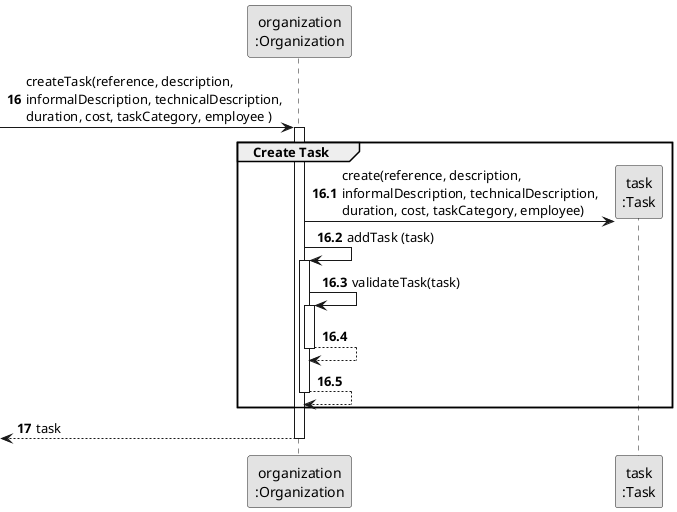
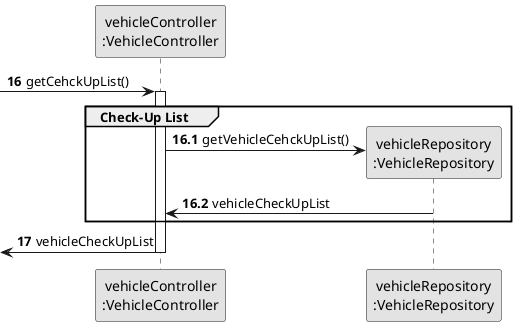
@startuml
skinparam monochrome true
skinparam packageStyle rectangle
skinparam shadowing false

- participant "organization\n:Organization" as ORG
- participant "task\n:Task" as TAREFA
+ participant "vehicleController\n:VehicleController" as VC
+ participant "vehicleRepository\n:VehicleRepository" as VehicleRepository

autonumber 16
- -> ORG: createTask(reference, description,\ninformalDescription, technicalDescription,\nduration, cost, taskCategory, employee )
+ -> VC: getCehckUpList()

autonumber 16.1
- activate ORG
-     group Create Task
+ activate VC
+     group Check-Up List

-         ORG -> TAREFA**: create(reference, description,\ninformalDescription, technicalDescription,\nduration, cost, taskCategory, employee)
-         ORG -> ORG: addTask (task)
+         VC -> VehicleRepository**: getVehicleCehckUpList()

-         activate ORG
-             ORG -> ORG: validateTask(task)
-             activate ORG
-                 ORG --> ORG
-             deactivate ORG
+         VehicleRepository -> VC : vehicleCheckUpList

-             ORG --> ORG
-         deactivate ORG
    end

    autonumber 17
-     <-- ORG : task
- deactivate ORG
+     <- VC : vehicleCheckUpList
+ deactivate VC


@enduml